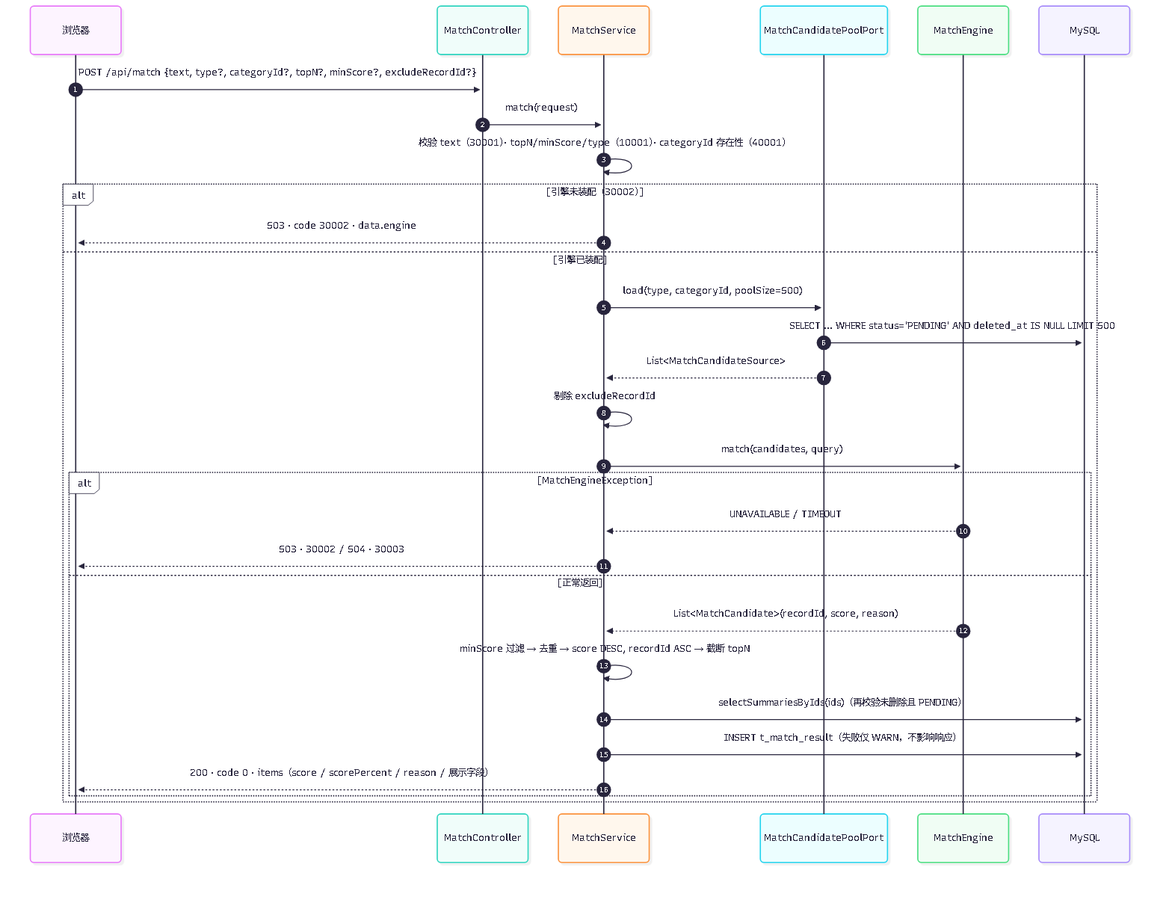
Earlier version of the Mermaid export docs/design/diagrams/match-sequence.png (BLingKiy/find-it-campus). Its source is kept beside it as docs/design/diagrams/match-sequence.mmd. The source it was exported from:
```mermaid
sequenceDiagram
  autonumber
  participant C as 浏览器
  participant Ctl as MatchController
  participant Svc as MatchService
  participant Pool as MatchCandidatePoolPort
  participant Eng as MatchEngine
  participant DB as MySQL

  C->>Ctl: POST /api/match {text, type?, categoryId?, topN?, minScore?, excludeRecordId?}
  Ctl->>Svc: match(request)
  Svc->>Svc: 校验 text（30001）· topN/minScore/type（10001）· categoryId 存在性（40001）

  alt 引擎未装配（30002）
    Svc-->>C: 503 · code 30002 · data.engine
  else 引擎已装配
    Svc->>Pool: load(type, categoryId, poolSize=500)
    Pool->>DB: SELECT ... WHERE status='PENDING' AND deleted_at IS NULL LIMIT 500
    Pool-->>Svc: List<MatchCandidateSource>
    Svc->>Svc: 剔除 excludeRecordId
    Svc->>Eng: match(candidates, query)
    alt MatchEngineException
      Eng-->>Svc: UNAVAILABLE / TIMEOUT
      Svc-->>C: 503 · 30002 / 504 · 30003
    else 正常返回
      Eng-->>Svc: List<MatchCandidate>(recordId, score, reason)
      Svc->>Svc: minScore 过滤 → 去重 → score DESC, recordId ASC → 截断 topN
      Svc->>DB: selectSummariesByIds(ids)（再校验未删除且 PENDING）
      Svc->>DB: INSERT t_match_result（失败仅 WARN，不影响响应）
      Svc-->>C: 200 · code 0 · items（score / scorePercent / reason / 展示字段）
    end
  end
```
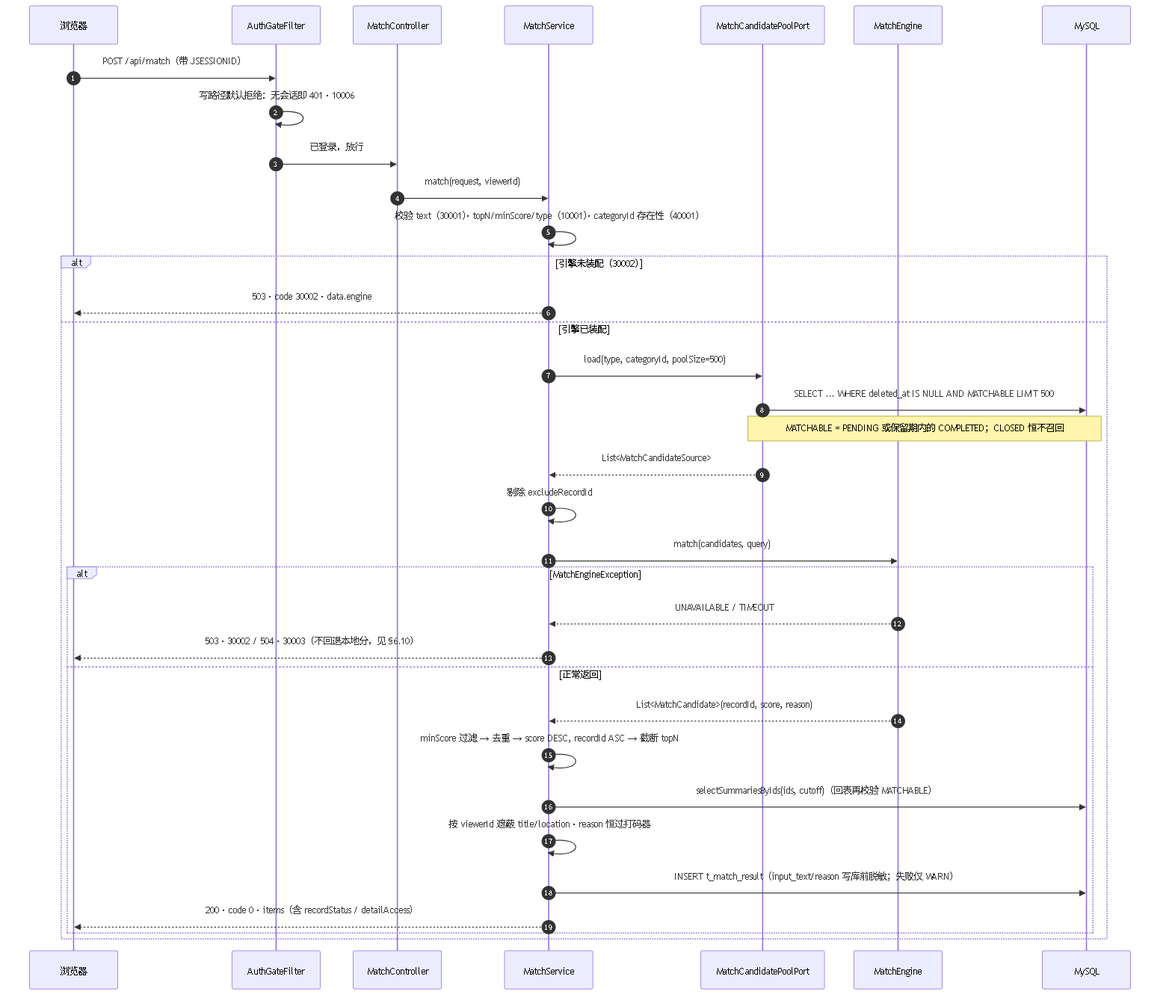
Above is the later version.

Diff of the diagram source:
```diff
@@ -1,32 +1,37 @@
 sequenceDiagram
   autonumber
   participant C as 浏览器
+  participant Gate as AuthGateFilter
   participant Ctl as MatchController
   participant Svc as MatchService
   participant Pool as MatchCandidatePoolPort
   participant Eng as MatchEngine
   participant DB as MySQL
 
-  C->>Ctl: POST /api/match {text, type?, categoryId?, topN?, minScore?, excludeRecordId?}
-  Ctl->>Svc: match(request)
+  C->>Gate: POST /api/match（带 JSESSIONID）
+  Gate->>Gate: 写路径默认拒绝：无会话即 401 · 10006
+  Gate->>Ctl: 已登录，放行
+  Ctl->>Svc: match(request, viewerId)
   Svc->>Svc: 校验 text（30001）· topN/minScore/type（10001）· categoryId 存在性（40001）
 
   alt 引擎未装配（30002）
     Svc-->>C: 503 · code 30002 · data.engine
   else 引擎已装配
     Svc->>Pool: load(type, categoryId, poolSize=500)
-    Pool->>DB: SELECT ... WHERE status='PENDING' AND deleted_at IS NULL LIMIT 500
+    Pool->>DB: SELECT ... WHERE deleted_at IS NULL AND MATCHABLE LIMIT 500
+    Note over Pool,DB: MATCHABLE = PENDING 或保留期内的 COMPLETED；CLOSED 恒不召回
     Pool-->>Svc: List<MatchCandidateSource>
     Svc->>Svc: 剔除 excludeRecordId
     Svc->>Eng: match(candidates, query)
     alt MatchEngineException
       Eng-->>Svc: UNAVAILABLE / TIMEOUT
-      Svc-->>C: 503 · 30002 / 504 · 30003
+      Svc-->>C: 503 · 30002 / 504 · 30003（不回退本地分，见 §6.10）
     else 正常返回
       Eng-->>Svc: List<MatchCandidate>(recordId, score, reason)
       Svc->>Svc: minScore 过滤 → 去重 → score DESC, recordId ASC → 截断 topN
-      Svc->>DB: selectSummariesByIds(ids)（再校验未删除且 PENDING）
-      Svc->>DB: INSERT t_match_result（失败仅 WARN，不影响响应）
-      Svc-->>C: 200 · code 0 · items（score / scorePercent / reason / 展示字段）
+      Svc->>DB: selectSummariesByIds(ids, cutoff)（回表再校验 MATCHABLE）
+      Svc->>Svc: 按 viewerId 遮蔽 title/location · reason 恒过打码器
+      Svc->>DB: INSERT t_match_result（input_text/reason 写库前脱敏；失败仅 WARN）
+      Svc-->>C: 200 · code 0 · items（含 recordStatus / detailAccess）
     end
   end
```
